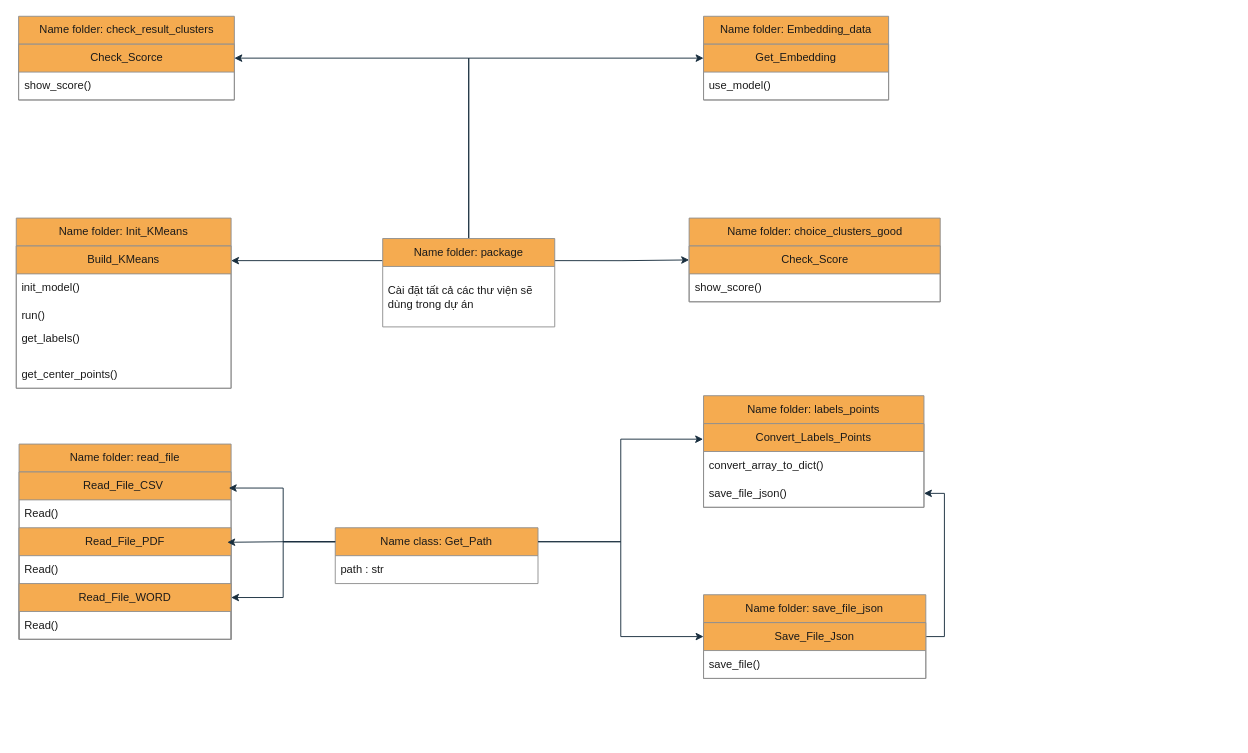
The draw.io diagram page "Hải Nguyễn vs Hùng(Viết package)" (2 of 7) of ID.drawio in PhamVanHung412004/Building_a_physics_problem_solving_system, before the edit. Source tidied: cells renumbered, new cells numbered last; positions are measured from the earlier drawing's top-left corner, leaving out a move shared by most shapes. Both pictures are drawn from the tidied source at 93%, with x=0, y=0 at pixel (16, 16).
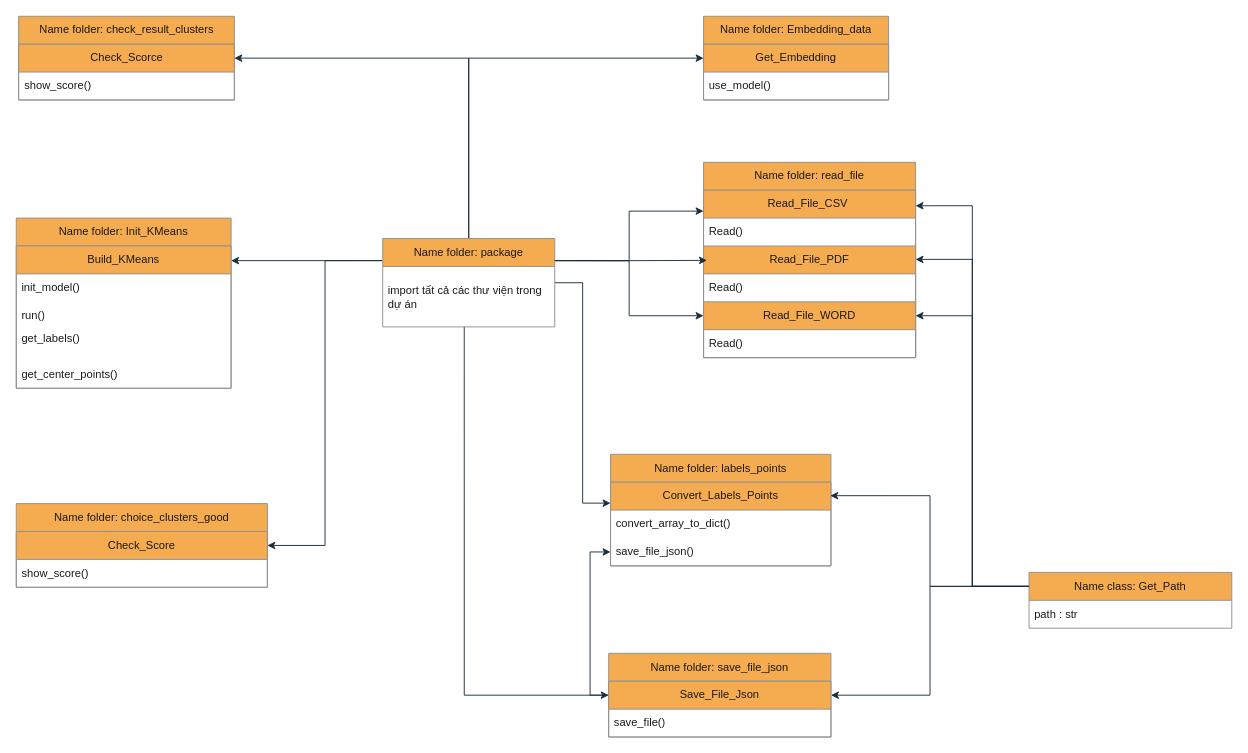
Above is the later version.

Unchanged cells that the change refers to:
```xml
<mxCell id="6" value="Name folder: package" style="swimlane;fontStyle=0;horizontal=1;startSize=30;whiteSpace=wrap;html=1;labelBackgroundColor=none;fillColor=#F5AB50;strokeColor=#909090;fontColor=#1A1A1A;" parent="1" vertex="1">
  <mxGeometry x="394" y="239" width="185" height="95" as="geometry" />
</mxCell>
<mxCell id="15" value="Convert_Labels_Points" style="swimlane;fontStyle=0;horizontal=1;startSize=30;whiteSpace=wrap;html=1;strokeColor=#909090;fontColor=#1A1A1A;fillColor=#F5AB50;labelBackgroundColor=none;" parent="14" vertex="1">
  <mxGeometry y="30" width="237" height="90" as="geometry" />
</mxCell>
<mxCell id="17" value="save_file_json()" style="text;strokeColor=none;fillColor=none;align=left;verticalAlign=middle;spacingLeft=4;spacingRight=4;overflow=hidden;points=[[0,0.5],[1,0.5]];portConstraint=eastwest;whiteSpace=wrap;html=1;fontColor=#1A1A1A;labelBackgroundColor=none;" parent="15" vertex="1">
  <mxGeometry y="60" width="237" height="30" as="geometry" />
</mxCell>
<mxCell id="19" value="Read_File_CSV&amp;nbsp;" style="swimlane;fontStyle=0;horizontal=1;startSize=30;whiteSpace=wrap;html=1;strokeColor=#909090;fontColor=#1A1A1A;fillColor=#F5AB50;labelBackgroundColor=none;" parent="18" vertex="1">
  <mxGeometry y="30" width="228" height="180" as="geometry" />
</mxCell>
<mxCell id="21" value="Read_File_PDF" style="swimlane;fontStyle=0;horizontal=1;startSize=30;whiteSpace=wrap;html=1;strokeColor=#909090;fontColor=#1A1A1A;fillColor=#F5AB50;labelBackgroundColor=none;" parent="19" vertex="1">
  <mxGeometry y="60" width="228" height="120" as="geometry" />
</mxCell>
<mxCell id="23" value="Read_File_WORD" style="swimlane;fontStyle=0;horizontal=1;startSize=30;whiteSpace=wrap;html=1;strokeColor=#909090;fontColor=#1A1A1A;fillColor=#F5AB50;labelBackgroundColor=none;" parent="21" vertex="1">
  <mxGeometry y="60" width="228" height="60" as="geometry" />
</mxCell>
<mxCell id="37" value="Save_File_Json" style="swimlane;fontStyle=0;horizontal=1;startSize=30;whiteSpace=wrap;html=1;strokeColor=#909090;fontColor=#1A1A1A;fillColor=#F5AB50;" parent="36" vertex="1">
  <mxGeometry y="30" width="239" height="60" as="geometry" />
</mxCell>
```

Diff of the diagram source:
```diff
@@
-    <mxCell id="5" style="edgeStyle=orthogonalEdgeStyle;rounded=0;jettySize=auto;html=1;exitX=1;exitY=0.25;exitDx=0;exitDy=0;entryX=0;entryY=0.25;entryDx=0;entryDy=0;strokeColor=#182E3E;fontColor=#1A1A1A;" parent="1" edge="1" source="6" target="43">
-      <mxGeometry relative="1" as="geometry" />
-    </mxCell>
+    <mxCell id="45" style="edgeStyle=orthogonalEdgeStyle;rounded=0;jettySize=auto;html=1;exitX=0;exitY=0.25;exitDx=0;exitDy=0;entryX=1;entryY=0.5;entryDx=0;entryDy=0;strokeColor=#182E3E;fontColor=#1A1A1A;" parent="1" edge="1" source="6" target="42">
+      <mxGeometry relative="1" as="geometry" />
+    </mxCell>
+    <mxCell id="46" style="edgeStyle=orthogonalEdgeStyle;rounded=0;jettySize=auto;html=1;exitX=1;exitY=0.25;exitDx=0;exitDy=0;entryX=0;entryY=0.25;entryDx=0;entryDy=0;strokeColor=#182E3E;fontColor=#1A1A1A;" parent="1" edge="1" source="6" target="18">
+      <mxGeometry relative="1" as="geometry" />
+    </mxCell>
+    <mxCell id="47" style="edgeStyle=orthogonalEdgeStyle;rounded=0;jettySize=auto;html=1;exitX=1;exitY=0.25;exitDx=0;exitDy=0;entryX=0;entryY=0.25;entryDx=0;entryDy=0;strokeColor=#182E3E;fontColor=#1A1A1A;" parent="1" edge="1" source="6" target="23">
+      <mxGeometry relative="1" as="geometry" />
+    </mxCell>
+    <mxCell id="48" style="edgeStyle=orthogonalEdgeStyle;rounded=0;jettySize=auto;html=1;entryX=0;entryY=0.25;entryDx=0;entryDy=0;strokeColor=#182E3E;fontColor=#1A1A1A;" parent="1" edge="1" source="6" target="15">
+      <mxGeometry relative="1" as="geometry" />
+    </mxCell>
+    <mxCell id="49" style="edgeStyle=orthogonalEdgeStyle;rounded=0;jettySize=auto;html=1;entryX=0;entryY=0.25;entryDx=0;entryDy=0;strokeColor=#182E3E;fontColor=#1A1A1A;exitX=0.474;exitY=0.997;exitDx=0;exitDy=0;exitPerimeter=0;" parent="1" edge="1" source="7" target="37">
+      <mxGeometry relative="1" as="geometry" />
+    </mxCell>
@@
-    <mxCell id="7" value="Cài đặt tất cả các thư viện sẽ dùng trong dự án" style="text;strokeColor=none;fillColor=none;align=left;verticalAlign=middle;spacingLeft=4;spacingRight=4;overflow=hidden;points=[[0,0.5],[1,0.5]];portConstraint=eastwest;whiteSpace=wrap;html=1;labelBackgroundColor=none;fontColor=#1A1A1A;" parent="6" vertex="1">
+    <mxCell id="7" value="import tất cả các thư viện trong dự án" style="text;strokeColor=none;fillColor=none;align=left;verticalAlign=middle;spacingLeft=4;spacingRight=4;overflow=hidden;points=[[0,0.5],[1,0.5]];portConstraint=eastwest;whiteSpace=wrap;html=1;labelBackgroundColor=none;fontColor=#1A1A1A;" parent="6" vertex="1">
       <mxGeometry y="30" width="185" height="65" as="geometry" />
     </mxCell>
@@
     <mxCell id="14" value="Name folder: labels_points" style="swimlane;fontStyle=0;horizontal=1;startSize=30;whiteSpace=wrap;html=1;strokeColor=#909090;fontColor=#1A1A1A;fillColor=#F5AB50;labelBackgroundColor=none;" parent="1" vertex="1">
-      <mxGeometry x="739" y="408" width="237" height="120" as="geometry" />
+      <mxGeometry x="639" y="471" width="237" height="120" as="geometry" />
     </mxCell>
@@
     <mxCell id="18" value="Name folder: read_file" style="swimlane;fontStyle=0;horizontal=1;startSize=30;whiteSpace=wrap;html=1;strokeColor=#909090;fontColor=#1A1A1A;fillColor=#F5AB50;labelBackgroundColor=none;" parent="1" vertex="1">
-      <mxGeometry x="3" y="460" width="228" height="210" as="geometry" />
+      <mxGeometry x="739" y="157" width="228" height="210" as="geometry" />
     </mxCell>
@@
-    <mxCell id="31" style="edgeStyle=orthogonalEdgeStyle;rounded=0;jettySize=auto;html=1;exitX=1;exitY=0.25;exitDx=0;exitDy=0;entryX=0;entryY=0.25;entryDx=0;entryDy=0;strokeColor=#182E3E;fontColor=#1A1A1A;" parent="1" edge="1" source="33" target="37">
-      <mxGeometry relative="1" as="geometry" />
-    </mxCell>
@@
+    <mxCell id="50" style="edgeStyle=orthogonalEdgeStyle;rounded=0;jettySize=auto;html=1;exitX=0;exitY=0.25;exitDx=0;exitDy=0;entryX=1;entryY=0.5;entryDx=0;entryDy=0;strokeColor=#182E3E;fontColor=#1A1A1A;" parent="1" edge="1" source="33" target="36">
+      <mxGeometry relative="1" as="geometry" />
+    </mxCell>
     <mxCell id="33" value="Name class: Get_Path" style="swimlane;fontStyle=0;horizontal=1;startSize=30;whiteSpace=wrap;html=1;strokeColor=#909090;fontColor=#1A1A1A;fillColor=#F5AB50;labelBackgroundColor=none;" parent="1" vertex="1">
-      <mxGeometry x="343" y="550" width="218" height="60" as="geometry" />
+      <mxGeometry x="1089" y="598" width="218" height="60" as="geometry" />
     </mxCell>
@@
-    <mxCell id="35" style="edgeStyle=orthogonalEdgeStyle;rounded=0;jettySize=auto;html=1;exitX=1;exitY=0.5;exitDx=0;exitDy=0;entryX=1;entryY=0.5;entryDx=0;entryDy=0;strokeColor=#182E3E;fontColor=#1A1A1A;" parent="1" edge="1" source="36" target="17">
+    <mxCell id="35" style="edgeStyle=orthogonalEdgeStyle;rounded=0;jettySize=auto;html=1;exitX=0;exitY=0.5;exitDx=0;exitDy=0;entryX=0;entryY=0.5;entryDx=0;entryDy=0;strokeColor=#182E3E;fontColor=#1A1A1A;" parent="1" edge="1" source="36" target="17">
       <mxGeometry relative="1" as="geometry" />
     </mxCell>
     <mxCell id="36" value="Name folder: save_file_json" style="swimlane;fontStyle=0;horizontal=1;startSize=30;whiteSpace=wrap;html=1;labelBackgroundColor=none;fillColor=#F5AB50;strokeColor=#909090;fontColor=#1A1A1A;" parent="1" vertex="1">
-      <mxGeometry x="739" y="622" width="239" height="90" as="geometry" />
+      <mxGeometry x="637" y="685" width="239" height="90" as="geometry" />
     </mxCell>
@@
+    <mxCell id="42" value="Name folder: choice_clusters_good" style="swimlane;fontStyle=0;horizontal=1;startSize=30;whiteSpace=wrap;html=1;strokeColor=#909090;fontColor=#1A1A1A;fillColor=#F5AB50;" parent="1" vertex="1">
+      <mxGeometry y="524" width="270" height="90" as="geometry" />
+    </mxCell>
+    <mxCell id="43" value="Check_Score" style="swimlane;fontStyle=0;horizontal=1;startSize=30;whiteSpace=wrap;html=1;strokeColor=#909090;fontColor=#1A1A1A;fillColor=#F5AB50;" parent="42" vertex="1">
+      <mxGeometry y="30" width="270" height="60" as="geometry" />
+    </mxCell>
+    <mxCell id="44" value="show_score()" style="text;strokeColor=none;fillColor=none;align=left;verticalAlign=middle;spacingLeft=4;spacingRight=4;overflow=hidden;whiteSpace=wrap;html=1;fontColor=#1A1A1A;" parent="43" vertex="1">
+      <mxGeometry y="30" width="270" height="30" as="geometry" />
+    </mxCell>
-    <mxCell id="39" style="edgeStyle=orthogonalEdgeStyle;rounded=0;jettySize=auto;html=1;exitX=0;exitY=0.25;exitDx=0;exitDy=0;entryX=0.989;entryY=0.096;entryDx=0;entryDy=0;entryPerimeter=0;strokeColor=#182E3E;fontColor=#1A1A1A;" parent="1" edge="1" source="33" target="19">
+    <mxCell id="39" style="edgeStyle=orthogonalEdgeStyle;rounded=0;jettySize=auto;html=1;exitX=0;exitY=0.25;exitDx=0;exitDy=0;entryX=1;entryY=0.093;entryDx=0;entryDy=0;entryPerimeter=0;strokeColor=#182E3E;fontColor=#1A1A1A;" parent="1" edge="1" source="33" target="19">
       <mxGeometry relative="1" as="geometry" />
     </mxCell>
-    <mxCell id="40" style="edgeStyle=orthogonalEdgeStyle;rounded=0;jettySize=auto;html=1;exitX=0;exitY=0.25;exitDx=0;exitDy=0;entryX=0.982;entryY=0.13;entryDx=0;entryDy=0;entryPerimeter=0;strokeColor=#182E3E;fontColor=#1A1A1A;" parent="1" edge="1" source="33" target="21">
+    <mxCell id="40" style="edgeStyle=orthogonalEdgeStyle;rounded=0;jettySize=auto;html=1;exitX=0;exitY=0.25;exitDx=0;exitDy=0;entryX=1;entryY=0.12;entryDx=0;entryDy=0;entryPerimeter=0;strokeColor=#182E3E;fontColor=#1A1A1A;" parent="1" edge="1" source="33" target="21">
       <mxGeometry relative="1" as="geometry" />
     </mxCell>
-    <mxCell id="41" style="edgeStyle=orthogonalEdgeStyle;rounded=0;jettySize=auto;html=1;exitX=1;exitY=0.25;exitDx=0;exitDy=0;entryX=-0.002;entryY=0.186;entryDx=0;entryDy=0;entryPerimeter=0;strokeColor=#182E3E;fontColor=#1A1A1A;" parent="1" edge="1" source="33" target="15">
+    <mxCell id="41" style="edgeStyle=orthogonalEdgeStyle;rounded=0;jettySize=auto;html=1;exitX=0;exitY=0.25;exitDx=0;exitDy=0;entryX=0.997;entryY=0.161;entryDx=0;entryDy=0;entryPerimeter=0;strokeColor=#182E3E;fontColor=#1A1A1A;" parent="1" edge="1" source="33" target="15">
       <mxGeometry relative="1" as="geometry" />
     </mxCell>
-    <mxCell id="42" value="Name folder: choice_clusters_good" style="swimlane;fontStyle=0;horizontal=1;startSize=30;whiteSpace=wrap;html=1;strokeColor=#909090;fontColor=#1A1A1A;fillColor=#F5AB50;" parent="1" vertex="1">
-      <mxGeometry x="723.5" y="217" width="270" height="90" as="geometry" />
-    </mxCell>
-    <mxCell id="43" value="Check_Score" style="swimlane;fontStyle=0;horizontal=1;startSize=30;whiteSpace=wrap;html=1;strokeColor=#909090;fontColor=#1A1A1A;fillColor=#F5AB50;" parent="42" vertex="1">
-      <mxGeometry y="30" width="270" height="60" as="geometry" />
-    </mxCell>
-    <mxCell id="44" value="show_score()" style="text;strokeColor=none;fillColor=none;align=left;verticalAlign=middle;spacingLeft=4;spacingRight=4;overflow=hidden;whiteSpace=wrap;html=1;fontColor=#1A1A1A;" parent="43" vertex="1">
-      <mxGeometry y="30" width="270" height="30" as="geometry" />
-    </mxCell>
+    <mxCell id="51" style="edgeStyle=orthogonalEdgeStyle;rounded=0;jettySize=auto;html=1;exitX=1;exitY=0.25;exitDx=0;exitDy=0;entryX=0.016;entryY=0.129;entryDx=0;entryDy=0;entryPerimeter=0;strokeColor=#182E3E;fontColor=#1A1A1A;" parent="1" edge="1" source="6" target="21">
+      <mxGeometry relative="1" as="geometry" />
+    </mxCell>
```
